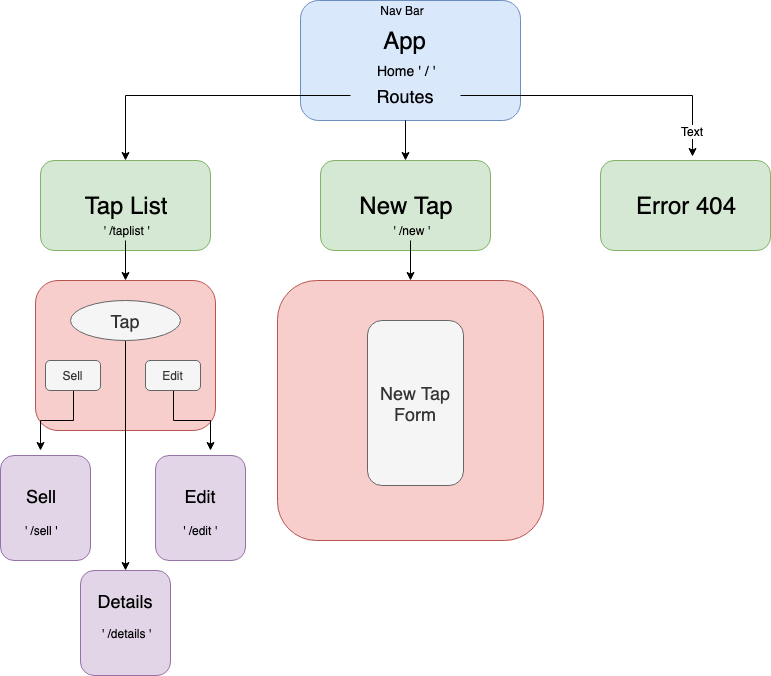
burgechris/TapHouse keeps this draw.io diagram as src/assets/img/TapHouse.png. Above is the earlier version. Source tidied: cells renumbered, new cells last; positions are measured from the earlier drawing's top-left corner, leaving out a move shared by most shapes.
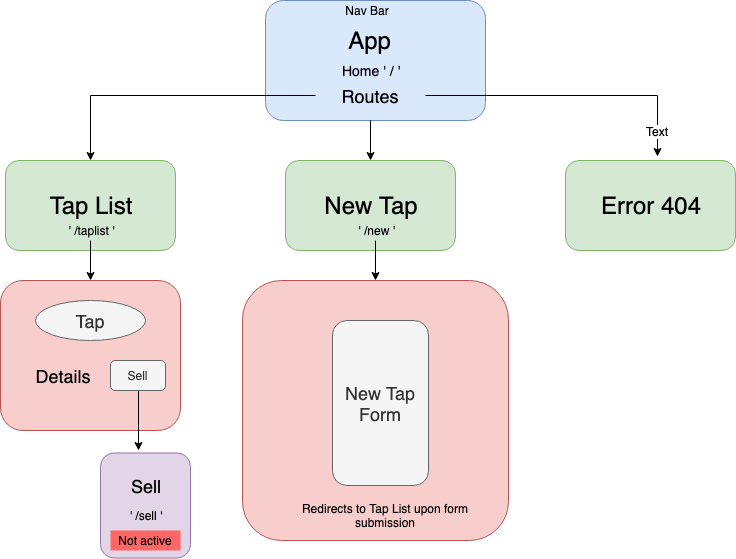
After the commit.

Diff of the diagram source:
```diff
@@ -49,9 +49,6 @@
     <mxCell id="16" style="rounded=1;whiteSpace=wrap;html=1;fillColor=#f8cecc;strokeColor=#b85450;" parent="1" vertex="1">
       <mxGeometry x="35" y="280" width="180" height="150" as="geometry" />
     </mxCell>
-    <mxCell id="17" style="edgeStyle=orthogonalEdgeStyle;rounded=0;jettySize=auto;html=1;exitX=0.5;exitY=1;exitDx=0;exitDy=0;entryX=0.5;entryY=0;entryDx=0;entryDy=0;" parent="1" edge="1" source="18" target="32">
-      <mxGeometry relative="1" as="geometry" />
-    </mxCell>
     <mxCell id="18" value="&lt;font style=&quot;font-size: 18px&quot;&gt;Tap&lt;/font&gt;" style="ellipse;whiteSpace=wrap;html=1;fillColor=#f5f5f5;strokeColor=#666666;fontColor=#333333;" parent="1" vertex="1">
       <mxGeometry x="70" y="300" width="110" height="40" as="geometry" />
     </mxCell>
@@ -63,55 +60,38 @@
     </mxCell>
     <mxCell id="21" style="edgeStyle=orthogonalEdgeStyle;rounded=0;jettySize=auto;html=1;exitX=0.5;exitY=1;exitDx=0;exitDy=0;" parent="1" edge="1" source="22">
       <mxGeometry relative="1" as="geometry">
-        <mxPoint x="40" y="450" as="targetPoint" />
+        <mxPoint x="173" y="450" as="targetPoint" />
       </mxGeometry>
     </mxCell>
     <mxCell id="22" value="Sell" style="rounded=1;whiteSpace=wrap;html=1;fillColor=#f5f5f5;strokeColor=#666666;fontColor=#333333;" parent="1" vertex="1">
-      <mxGeometry x="45" y="360" width="55" height="30" as="geometry" />
+      <mxGeometry x="145" y="360" width="55" height="30" as="geometry" />
     </mxCell>
-    <mxCell id="23" style="edgeStyle=orthogonalEdgeStyle;rounded=0;jettySize=auto;html=1;exitX=0.5;exitY=1;exitDx=0;exitDy=0;" parent="1" edge="1" source="24">
-      <mxGeometry relative="1" as="geometry">
-        <mxPoint x="210" y="450" as="targetPoint" />
-      </mxGeometry>
-    </mxCell>
-    <mxCell id="24" value="Edit" style="rounded=1;whiteSpace=wrap;html=1;fillColor=#f5f5f5;strokeColor=#666666;fontColor=#333333;" parent="1" vertex="1">
-      <mxGeometry x="145" y="360" width="55" height="30" as="geometry" />
-    </mxCell>
     <mxCell id="25" value="&lt;font style=&quot;font-size: 18px&quot;&gt;New Tap Form&lt;/font&gt;" style="rounded=1;whiteSpace=wrap;html=1;fillColor=#f5f5f5;strokeColor=#666666;fontColor=#333333;" parent="1" vertex="1">
       <mxGeometry x="367" y="320" width="96" height="165" as="geometry" />
     </mxCell>
     <mxCell id="26" style="rounded=1;whiteSpace=wrap;html=1;fillColor=#e1d5e7;strokeColor=#9673a6;" parent="1" vertex="1">
-      <mxGeometry y="455" width="90" height="105" as="geometry" />
+      <mxGeometry x="135" y="452.5" width="90" height="105" as="geometry" />
     </mxCell>
-    <mxCell id="27" style="rounded=1;whiteSpace=wrap;html=1;fillColor=#e1d5e7;strokeColor=#9673a6;" parent="1" vertex="1">
-      <mxGeometry x="155" y="455" width="90" height="105" as="geometry" />
-    </mxCell>
     <mxCell id="28" value="&lt;font style=&quot;font-size: 18px&quot;&gt;Sell&lt;/font&gt;" style="text;html=1;strokeColor=none;fillColor=none;align=center;verticalAlign=middle;whiteSpace=wrap;rounded=0;" parent="1" vertex="1">
-      <mxGeometry x="20" y="485" width="40" height="20" as="geometry" />
+      <mxGeometry x="160" y="475" width="40" height="20" as="geometry" />
     </mxCell>
-    <mxCell id="29" value="&lt;font style=&quot;font-size: 18px&quot;&gt;Edit&lt;/font&gt;" style="text;html=1;strokeColor=none;fillColor=none;align=center;verticalAlign=middle;whiteSpace=wrap;rounded=0;" parent="1" vertex="1">
-      <mxGeometry x="180" y="485" width="40" height="20" as="geometry" />
-    </mxCell>
     <mxCell id="30" value="' /sell '" style="text;html=1;strokeColor=none;fillColor=none;align=center;verticalAlign=middle;whiteSpace=wrap;rounded=0;" parent="1" vertex="1">
-      <mxGeometry x="20" y="520" width="40" height="20" as="geometry" />
+      <mxGeometry x="160" y="505" width="40" height="20" as="geometry" />
     </mxCell>
-    <mxCell id="31" value="' /edit '" style="text;html=1;strokeColor=none;fillColor=none;align=center;verticalAlign=middle;whiteSpace=wrap;rounded=0;" parent="1" vertex="1">
-      <mxGeometry x="180" y="520" width="40" height="20" as="geometry" />
-    </mxCell>
-    <mxCell id="32" style="rounded=1;whiteSpace=wrap;html=1;fillColor=#e1d5e7;strokeColor=#9673a6;" parent="1" vertex="1">
-      <mxGeometry x="80" y="570" width="90" height="105" as="geometry" />
-    </mxCell>
     <mxCell id="33" value="&lt;font style=&quot;font-size: 18px&quot;&gt;Details&lt;/font&gt;" style="text;html=1;strokeColor=none;fillColor=none;align=center;verticalAlign=middle;whiteSpace=wrap;rounded=0;" parent="1" vertex="1">
-      <mxGeometry x="105" y="590" width="40" height="20" as="geometry" />
+      <mxGeometry x="77.5" y="365" width="40" height="20" as="geometry" />
     </mxCell>
-    <mxCell id="34" value="' /details '" style="text;html=1;strokeColor=none;fillColor=none;align=center;verticalAlign=middle;whiteSpace=wrap;rounded=0;" parent="1" vertex="1">
-      <mxGeometry x="97.5" y="622.5" width="55" height="20" as="geometry" />
-    </mxCell>
     <mxCell id="35" value="&lt;font style=&quot;font-size: 24px&quot;&gt;Error 404&lt;/font&gt;" style="rounded=1;whiteSpace=wrap;html=1;fillColor=#d5e8d4;strokeColor=#82b366;" parent="1" vertex="1">
       <mxGeometry x="600" y="160" width="170" height="90" as="geometry" />
     </mxCell>
     <mxCell id="36" value="&lt;font style=&quot;font-size: 14px&quot;&gt;Home ' / '&lt;/font&gt;" style="text;html=1;strokeColor=none;fillColor=none;align=center;verticalAlign=middle;whiteSpace=wrap;rounded=0;" parent="1" vertex="1">
       <mxGeometry x="371" y="60" width="68" height="20" as="geometry" />
     </mxCell>
+    <mxCell id="37" value="Not active" style="text;html=1;strokeColor=none;fillColor=#FF6666;align=center;verticalAlign=middle;whiteSpace=wrap;rounded=0;" parent="1" vertex="1">
+      <mxGeometry x="145" y="530" width="70" height="20" as="geometry" />
+    </mxCell>
+    <mxCell id="38" value="Redirects to Tap List upon form submission" style="text;html=1;strokeColor=none;fillColor=none;align=center;verticalAlign=middle;whiteSpace=wrap;rounded=0;" parent="1" vertex="1">
+      <mxGeometry x="320" y="505" width="200" height="20" as="geometry" />
+    </mxCell>
   </root>
 </mxGraphModel>
```
